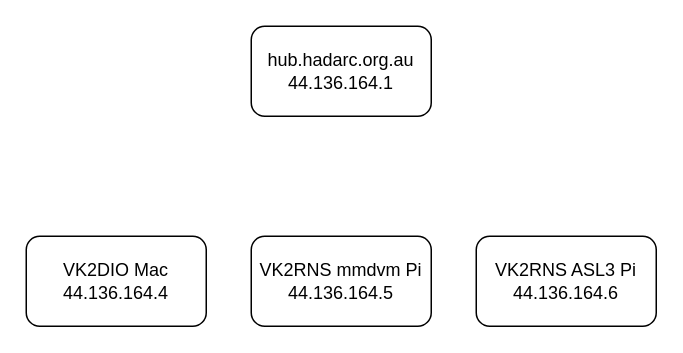
This is docs/HADARC Wireguard.drawio from userthx1138/reticulum, a draw.io file, before an edit. Source tidied: cells renumbered, new cells numbered last; positions are measured from the earlier drawing's top-left corner, leaving out a move shared by most shapes. Both pictures are drawn from the tidied source at 150%, with x=0, y=0 at pixel (26, 26).
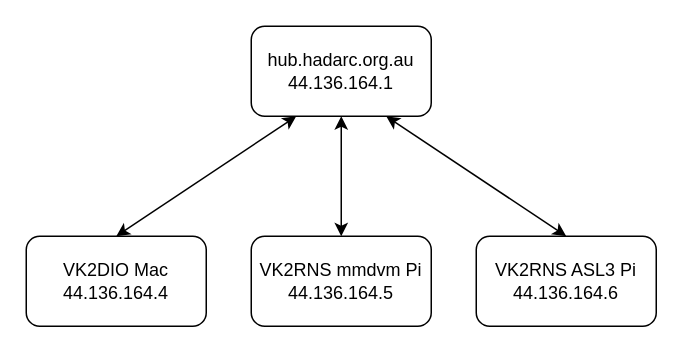
The same page after the edit.

What changed in the source:
```diff
@@
 <mxGraphModel>
   <root>
     <mxCell id="0" />
     <mxCell id="1" parent="0" />
     <mxCell id="2" value="hub.hadarc.org.au&lt;div&gt;44.136.164.1&lt;/div&gt;" style="rounded=1;whiteSpace=wrap;html=1;" parent="1" vertex="1">
       <mxGeometry x="150" width="120" height="60" as="geometry" />
     </mxCell>
     <mxCell id="3" value="VK2DIO Mac&lt;div&gt;44.136.164.4&lt;/div&gt;" style="rounded=1;whiteSpace=wrap;html=1;" parent="1" vertex="1">
       <mxGeometry y="140" width="120" height="60" as="geometry" />
     </mxCell>
     <mxCell id="4" value="&lt;div&gt;VK2RNS ASL3 Pi 44.136.164.6&lt;/div&gt;" style="rounded=1;whiteSpace=wrap;html=1;" parent="1" vertex="1">
       <mxGeometry x="300" y="140" width="120" height="60" as="geometry" />
     </mxCell>
     <mxCell id="5" value="&lt;div&gt;VK2RNS mmdvm Pi 44.136.164.5&lt;/div&gt;" style="rounded=1;whiteSpace=wrap;html=1;" parent="1" vertex="1">
       <mxGeometry x="150" y="140" width="120" height="60" as="geometry" />
     </mxCell>
+    <mxCell id="6" style="endArrow=classic;startArrow=classic;html=1;rounded=0;entryX=0.25;entryY=1;entryDx=0;entryDy=0;exitX=0.5;exitY=0;exitDx=0;exitDy=0;" parent="1" edge="1" source="3" target="2">
+      <mxGeometry relative="1" as="geometry" />
+    </mxCell>
+    <mxCell id="7" style="endArrow=classic;startArrow=classic;html=1;rounded=0;entryX=0.5;entryY=1;entryDx=0;entryDy=0;exitX=0.5;exitY=0;exitDx=0;exitDy=0;" parent="1" edge="1" source="5" target="2">
+      <mxGeometry relative="1" as="geometry" />
+    </mxCell>
+    <mxCell id="8" style="endArrow=classic;startArrow=classic;html=1;rounded=0;entryX=0.75;entryY=1;entryDx=0;entryDy=0;exitX=0.5;exitY=0;exitDx=0;exitDy=0;" parent="1" edge="1" source="4" target="2">
+      <mxGeometry relative="1" as="geometry" />
+    </mxCell>
   </root>
 </mxGraphModel>
```
